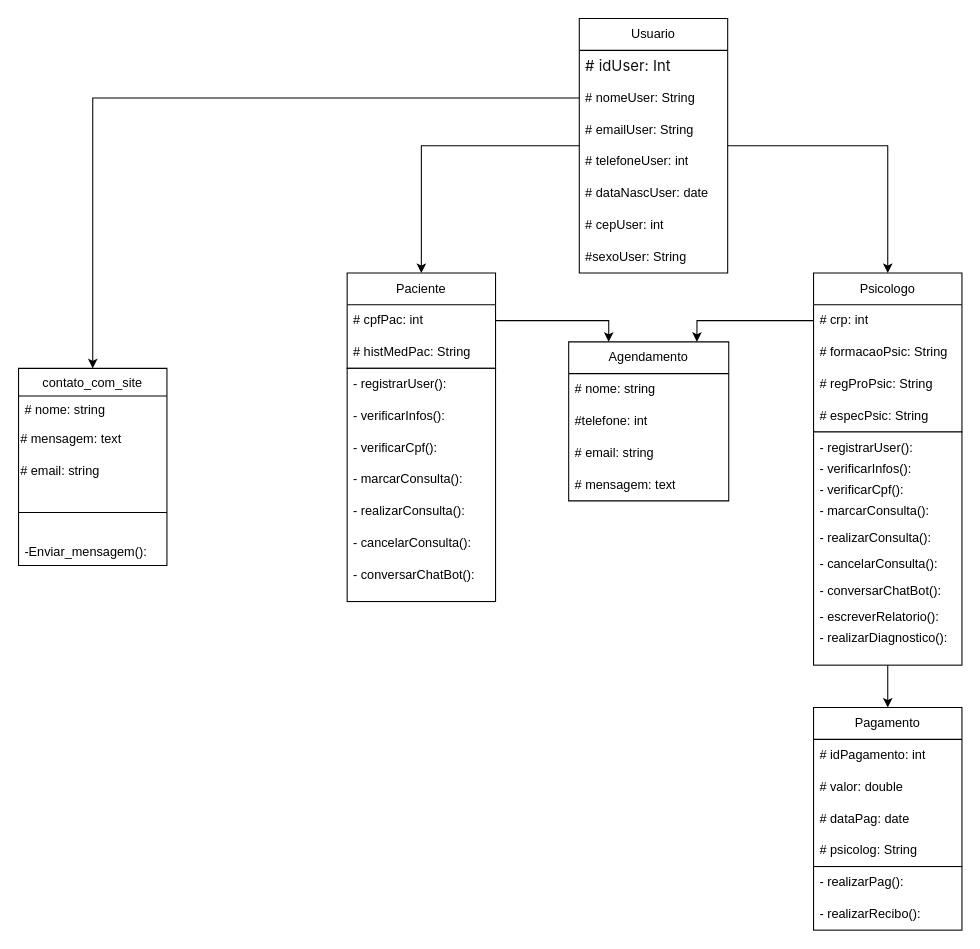
Patadaoikkk/uml keeps this draw.io diagram as DiagramaDeClasse.drawio. Above is the earlier version. Source tidied: cells renumbered, new cells numbered last; positions are measured from the earlier drawing's top-left corner, leaving out a move shared by most shapes. Both pictures are drawn from the tidied source at 106%, with x=0, y=0 at pixel (18, 18).
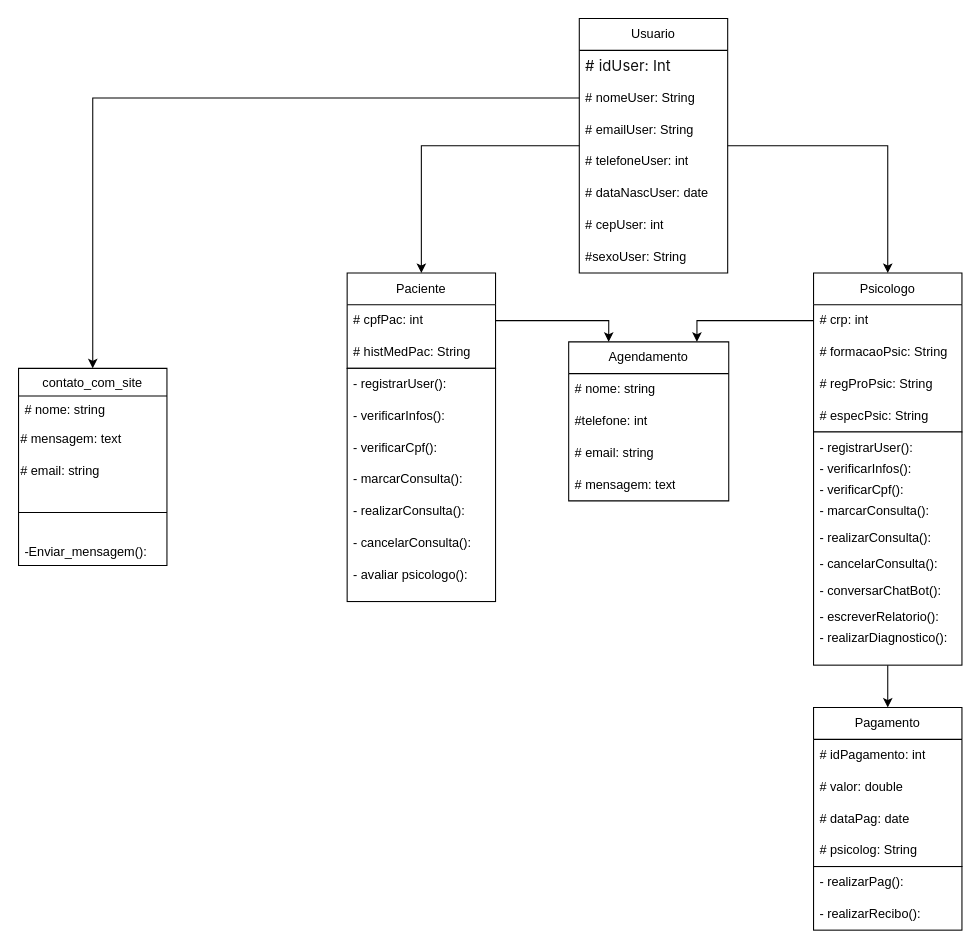
After the change.

The edit, as a diff of the source:
```diff
@@
-    <mxCell id="21" value="- conversarChatBot():" style="text;strokeColor=none;fillColor=none;align=left;verticalAlign=middle;spacingLeft=4;spacingRight=4;overflow=hidden;whiteSpace=wrap;html=1;" parent="1" vertex="1">
+    <mxCell id="21" value="- avaliar psicologo():" style="text;strokeColor=none;fillColor=none;align=left;verticalAlign=middle;spacingLeft=4;spacingRight=4;overflow=hidden;whiteSpace=wrap;html=1;" parent="1" vertex="1">
       <mxGeometry x="310" y="510" width="140" height="30" as="geometry" />
     </mxCell>
```
